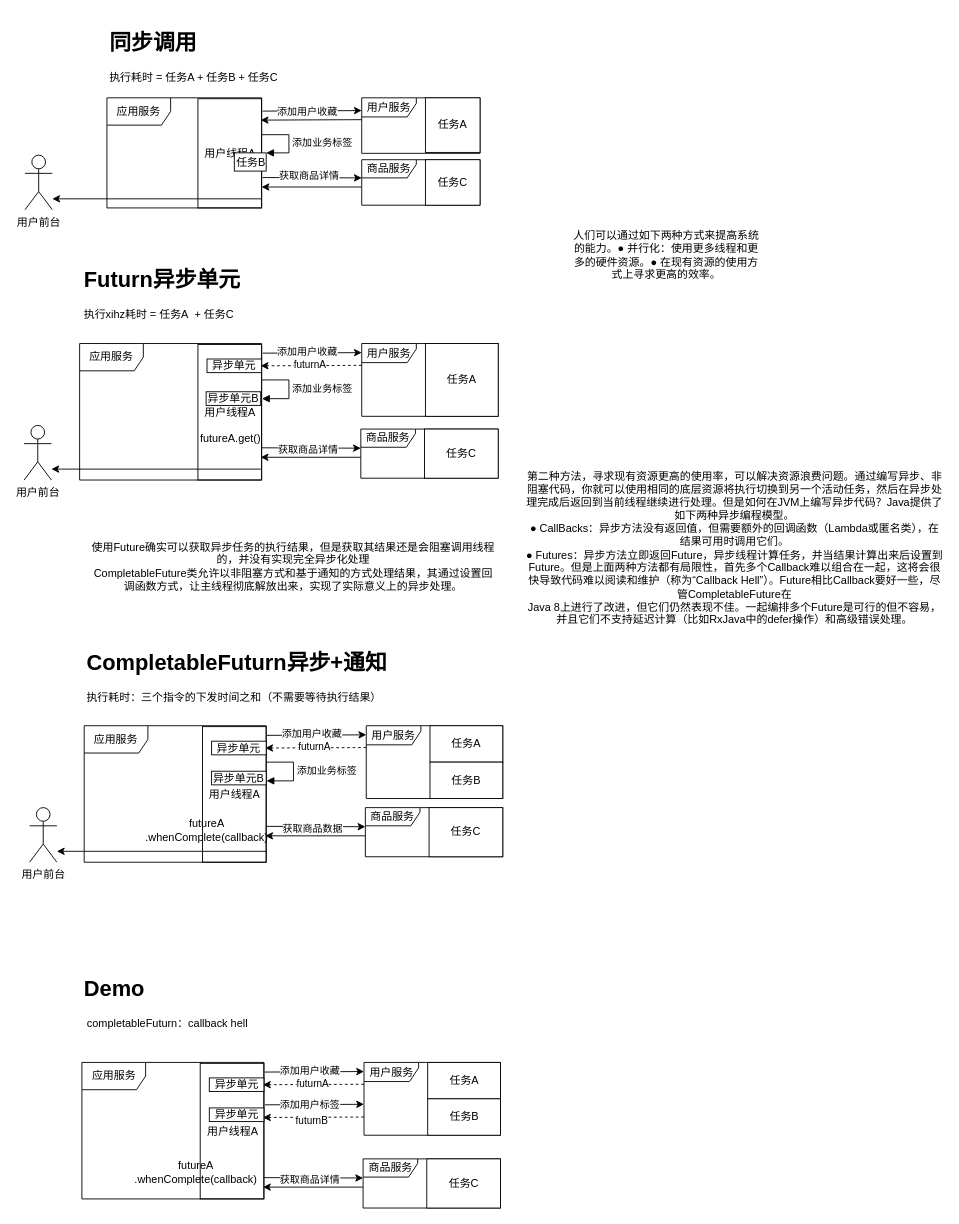
keep-moving-free/keep-moving-free keeps this draw.io diagram as 1.drawio. Above is the earlier version. Source tidied: cells renumbered, new cells numbered last; positions are measured from the earlier drawing's top-left corner, leaving out a move shared by most shapes. Both pictures are drawn from the tidied source at 91%, with x=0, y=0 at pixel (24, 25).
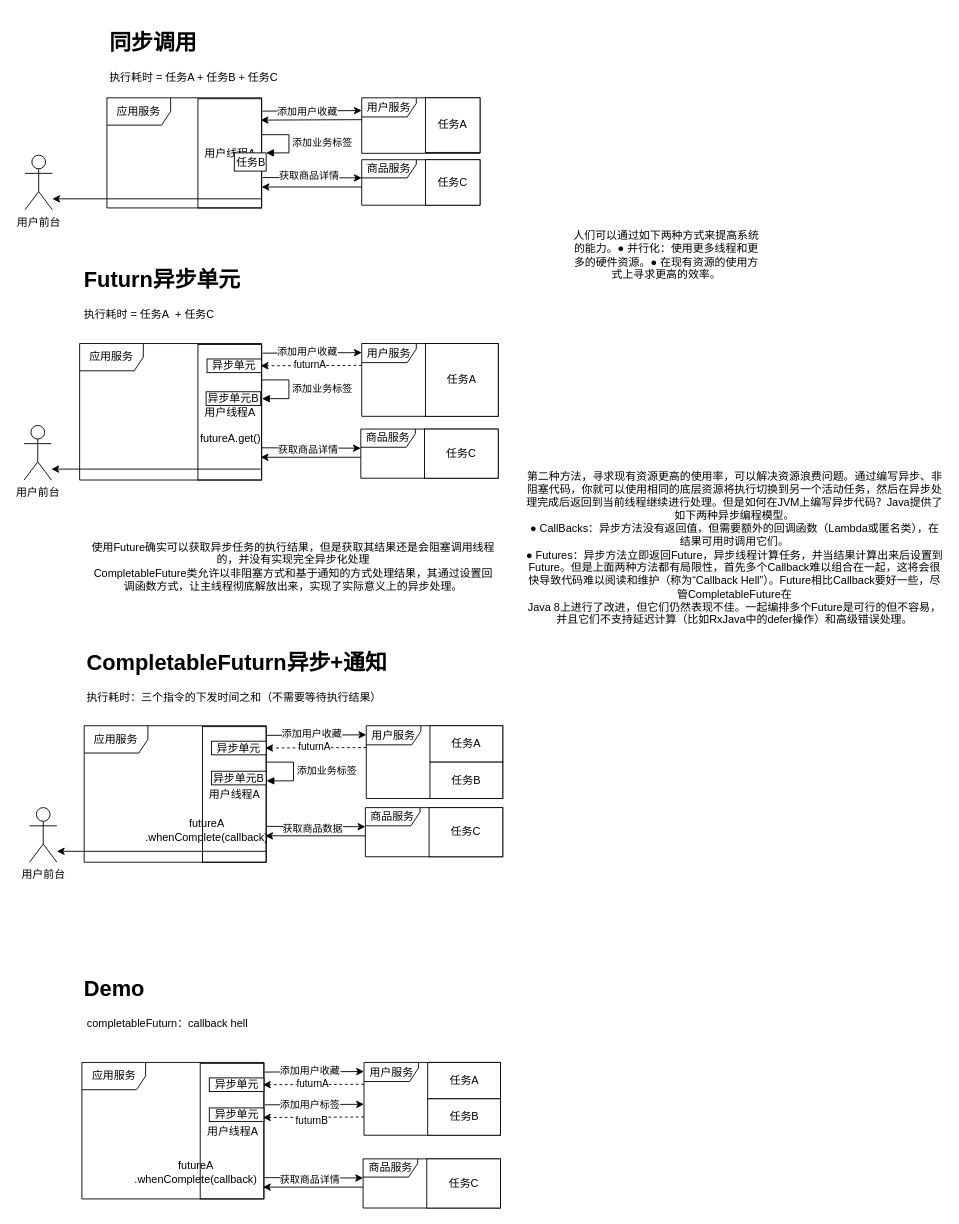
The same page after the edit.

What changed in the source:
```diff
@@
-    <mxCell id="16" value="&lt;h1&gt;Futurn异步单元&lt;/h1&gt;&lt;p&gt;执行xihz耗时 = 任务A&amp;nbsp; + 任务C&amp;nbsp;&lt;/p&gt;" style="text;html=1;strokeColor=none;fillColor=none;spacing=5;spacingTop=-20;whiteSpace=wrap;overflow=hidden;rounded=0;" parent="1" vertex="1">
+    <mxCell id="16" value="&lt;h1&gt;Futurn异步单元&lt;/h1&gt;&lt;p&gt;执行耗时 = 任务A&amp;nbsp; + 任务C&amp;nbsp;&lt;/p&gt;" style="text;html=1;strokeColor=none;fillColor=none;spacing=5;spacingTop=-20;whiteSpace=wrap;overflow=hidden;rounded=0;" parent="1" vertex="1">
       <mxGeometry x="61" y="260" width="290" height="70" as="geometry" />
     </mxCell>
```
